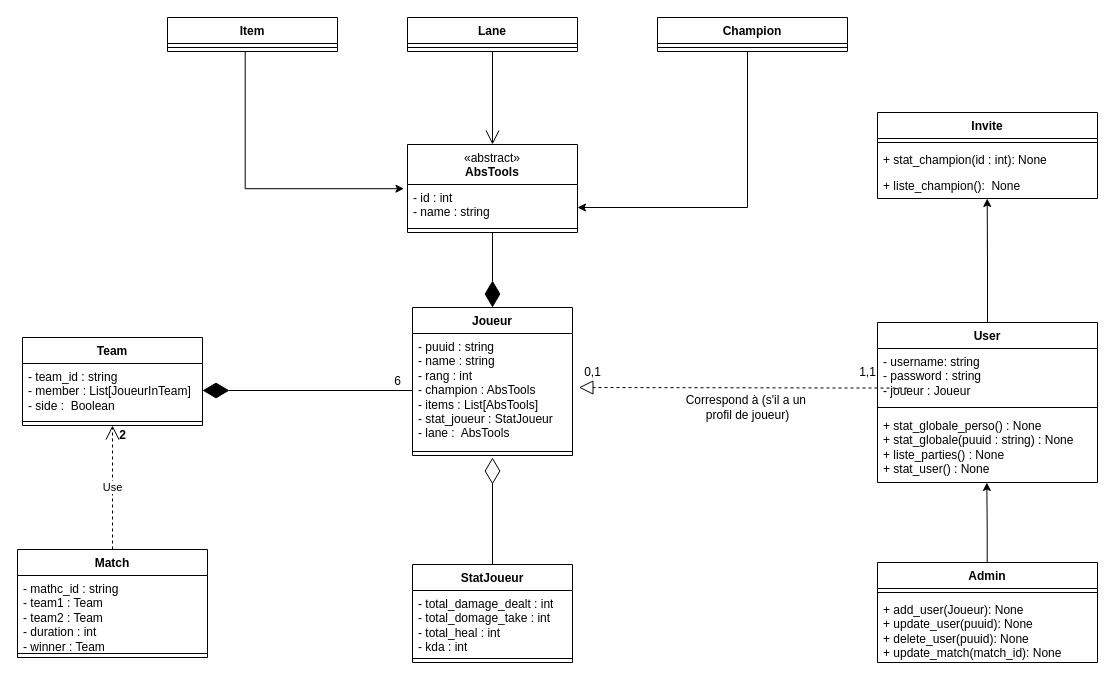
Earlier version of the draw.io diagram Image Prod/League of legends.drawio (Niyo-D-JC/HelpWork). Source tidied: cells renumbered, new cells numbered last; positions are measured from the earlier drawing's top-left corner, leaving out a move shared by most shapes. Both pictures are drawn from the tidied source at 100%, with x=0, y=0 at pixel (17, 17).
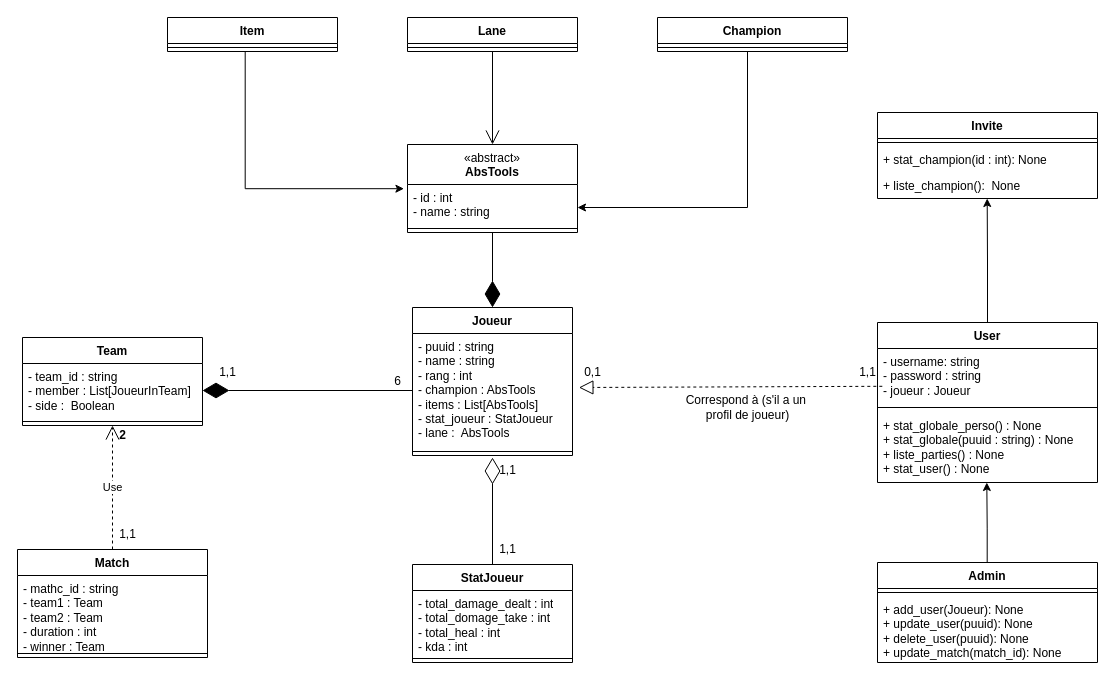
The same diagram, later.

Commit message:
Mettre à jour League of legends.drawio

The change refers to these unchanged cells:
```xml
<mxCell id="42" value="1,1" style="text;html=1;align=center;verticalAlign=middle;points=[];strokeColor=none;fillColor=none;" parent="1" vertex="1">
  <mxGeometry x="830" y="340" width="40" height="30" as="geometry" />
</mxCell>
```

Change to the diagram source:
```diff
@@
-    <mxCell id="40" style="endArrow=block;dashed=1;endFill=0;endSize=12;html=1;rounded=0;exitX=-0.01;exitY=1.009;exitDx=0;exitDy=0;exitPerimeter=0;entryX=1.026;entryY=0.604;entryDx=0;entryDy=0;entryPerimeter=0;" parent="1" edge="1">
+    <mxCell id="40" style="endArrow=block;dashed=1;endFill=0;endSize=12;html=1;rounded=0;exitX=0.87;exitY=0.96;exitDx=0;exitDy=0;exitPerimeter=0;entryX=1.026;entryY=0.604;entryDx=0;entryDy=0;entryPerimeter=0;" parent="1" edge="1" source="42">
       <mxGeometry relative="1" as="geometry">
-        <mxPoint x="890" y="370.6" as="sourcePoint" />
         <mxPoint x="561.4" y="370" as="targetPoint" />
       </mxGeometry>
     </mxCell>
@@
+    <mxCell id="49" value="1,1" style="text;html=1;align=center;verticalAlign=middle;strokeColor=none;fillColor=none;" parent="1" vertex="1">
+      <mxGeometry x="470" y="517" width="40" height="30" as="geometry" />
+    </mxCell>
+    <mxCell id="50" value="1,1" style="text;html=1;align=center;verticalAlign=middle;strokeColor=none;fillColor=none;" parent="1" vertex="1">
+      <mxGeometry x="90" y="502" width="40" height="30" as="geometry" />
+    </mxCell>
+    <mxCell id="51" value="1,1" style="text;html=1;align=center;verticalAlign=middle;strokeColor=none;fillColor=none;" parent="1" vertex="1">
+      <mxGeometry x="190" y="340" width="40" height="30" as="geometry" />
+    </mxCell>
+    <mxCell id="52" value="1,1" style="text;html=1;align=center;verticalAlign=middle;strokeColor=none;fillColor=none;" parent="1" vertex="1">
+      <mxGeometry x="470" y="438" width="40" height="30" as="geometry" />
+    </mxCell>
```
